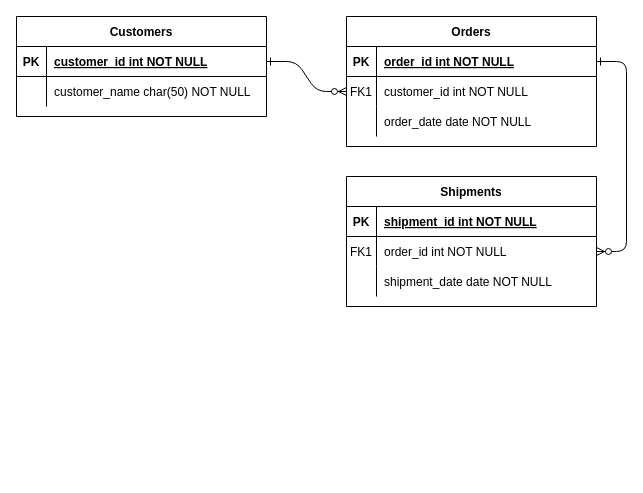
Before: ass01no2.drawio in bekon-official/COMP9311, a draw.io diagram. Source tidied: cells renumbered, new cells numbered last; positions are measured from the earlier drawing's top-left corner, leaving out a move shared by most shapes. Both pictures are drawn from the tidied source at 100%, with x=0, y=0 at pixel (16, 16).
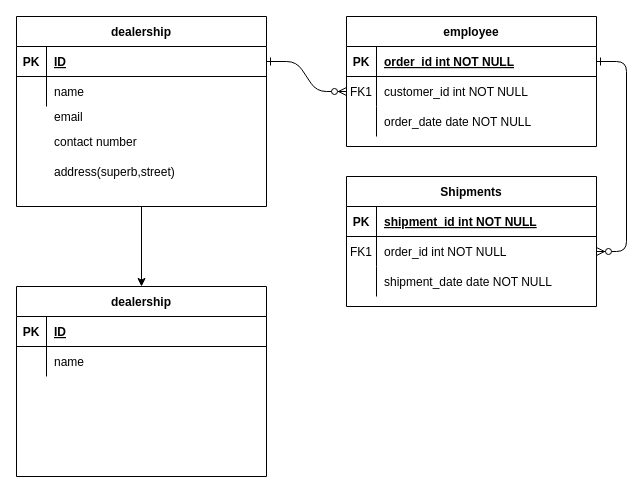
The same page after the edit.

Unchanged cells that the change refers to:
```xml
<mxCell id="25" style="shape=partialRectangle;fillColor=none;points=[[0,0.5],[1,0.5]];portConstraint=eastwest;top=0;left=0;right=0;bottom=1;" parent="24" vertex="1">
  <mxGeometry y="30" width="250" height="30" as="geometry" />
</mxCell>
<mxCell id="28" style="shape=partialRectangle;fillColor=none;top=0;left=0;right=0;bottom=0;" parent="24" vertex="1">
  <mxGeometry y="60" width="250" height="30" as="geometry" />
</mxCell>
```

What changed in the source:
```diff
@@
-    <mxCell id="4" value="Orders" style="shape=table;startSize=30;childLayout=tableLayout;rowLines=0;fontStyle=1;align=center;" parent="1" vertex="1">
+    <mxCell id="4" value="employee" style="shape=table;startSize=30;childLayout=tableLayout;rowLines=0;fontStyle=1;align=center;" parent="1" vertex="1">
       <mxGeometry x="330" width="250" height="130" as="geometry" />
     </mxCell>
@@
+    <mxCell id="31" style="edgeStyle=orthogonalEdgeStyle;rounded=0;jettySize=auto;html=1;" parent="1" edge="1" source="24" target="35">
+      <mxGeometry relative="1" as="geometry" />
+    </mxCell>
-    <mxCell id="24" value="Customers" style="shape=table;startSize=30;childLayout=tableLayout;rowLines=0;fontStyle=1;align=center;" parent="1" vertex="1">
-      <mxGeometry width="250" height="100" as="geometry" />
+    <mxCell id="24" value="dealership" style="shape=table;startSize=30;childLayout=tableLayout;rowLines=0;fontStyle=1;align=center;" parent="1" vertex="1">
+      <mxGeometry width="250" height="190" as="geometry" />
     </mxCell>
@@
-    <mxCell id="27" value="customer_id int NOT NULL " style="shape=partialRectangle;overflow=hidden;fillColor=none;top=0;left=0;bottom=0;right=0;align=left;spacingLeft=6;fontStyle=5;" parent="25" vertex="1">
+    <mxCell id="27" value="ID" style="shape=partialRectangle;overflow=hidden;fillColor=none;top=0;left=0;bottom=0;right=0;align=left;spacingLeft=6;fontStyle=5;" parent="25" vertex="1">
       <mxGeometry x="30" width="220" height="30" as="geometry" />
     </mxCell>
@@
-    <mxCell id="30" value="customer_name char(50) NOT NULL" style="shape=partialRectangle;overflow=hidden;fillColor=none;top=0;left=0;bottom=0;right=0;align=left;spacingLeft=6;" parent="28" vertex="1">
+    <mxCell id="30" value="name" style="shape=partialRectangle;overflow=hidden;fillColor=none;top=0;left=0;bottom=0;right=0;align=left;spacingLeft=6;" parent="28" vertex="1">
       <mxGeometry x="30" width="220" height="30" as="geometry" />
     </mxCell>
+    <mxCell id="32" value="email" style="shape=partialRectangle;overflow=hidden;fillColor=none;top=0;left=0;bottom=0;right=0;align=left;spacingLeft=6;" parent="1" vertex="1">
+      <mxGeometry x="30" y="85" width="220" height="30" as="geometry" />
+    </mxCell>
+    <mxCell id="33" value="contact number" style="shape=partialRectangle;overflow=hidden;fillColor=none;top=0;left=0;bottom=0;right=0;align=left;spacingLeft=6;" parent="1" vertex="1">
+      <mxGeometry x="30" y="110" width="220" height="30" as="geometry" />
+    </mxCell>
+    <mxCell id="34" value="address(superb,street)" style="shape=partialRectangle;overflow=hidden;fillColor=none;top=0;left=0;bottom=0;right=0;align=left;spacingLeft=6;" parent="1" vertex="1">
+      <mxGeometry x="30" y="140" width="220" height="30" as="geometry" />
+    </mxCell>
+    <mxCell id="35" value="dealership" style="shape=table;startSize=30;childLayout=tableLayout;rowLines=0;fontStyle=1;align=center;" parent="1" vertex="1">
+      <mxGeometry y="270" width="250" height="190" as="geometry" />
+    </mxCell>
+    <mxCell id="36" style="shape=partialRectangle;fillColor=none;top=0;left=0;right=0;bottom=1;" parent="35" vertex="1">
+      <mxGeometry y="30" width="250" height="30" as="geometry" />
+    </mxCell>
+    <mxCell id="37" value="PK" style="shape=partialRectangle;overflow=hidden;fillColor=none;top=0;left=0;bottom=0;right=0;fontStyle=1;" parent="36" vertex="1">
+      <mxGeometry width="30" height="30" as="geometry" />
+    </mxCell>
+    <mxCell id="38" value="ID" style="shape=partialRectangle;overflow=hidden;fillColor=none;top=0;left=0;bottom=0;right=0;align=left;spacingLeft=6;fontStyle=5;" parent="36" vertex="1">
+      <mxGeometry x="30" width="220" height="30" as="geometry" />
+    </mxCell>
+    <mxCell id="39" style="shape=partialRectangle;fillColor=none;top=0;left=0;right=0;bottom=0;" parent="35" vertex="1">
+      <mxGeometry y="60" width="250" height="30" as="geometry" />
+    </mxCell>
+    <mxCell id="40" style="shape=partialRectangle;overflow=hidden;fillColor=none;top=0;left=0;bottom=0;right=0;" parent="39" vertex="1">
+      <mxGeometry width="30" height="30" as="geometry" />
+    </mxCell>
+    <mxCell id="41" value="name" style="shape=partialRectangle;overflow=hidden;fillColor=none;top=0;left=0;bottom=0;right=0;align=left;spacingLeft=6;" parent="39" vertex="1">
+      <mxGeometry x="30" width="220" height="30" as="geometry" />
+    </mxCell>
```
